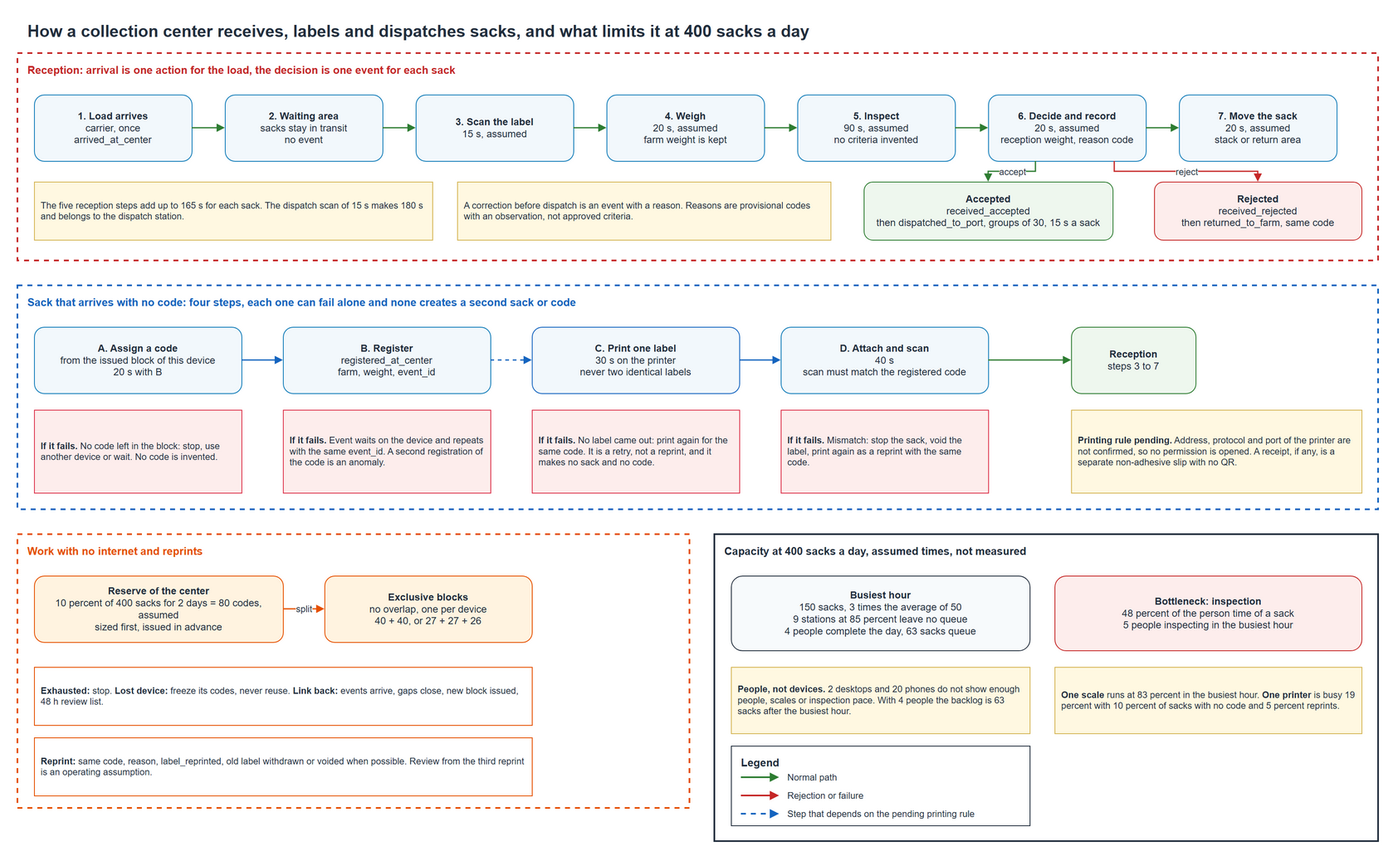
This is docs/architecture/diagrams/10-center-operation.drawio.png from aromapacifico-devops/aromapacifico-devops-docs, a draw.io export, as it was before one commit. Source tidied: cells renumbered, new cells last; positions are measured from the earlier drawing's top-left corner, leaving out a move shared by most shapes.
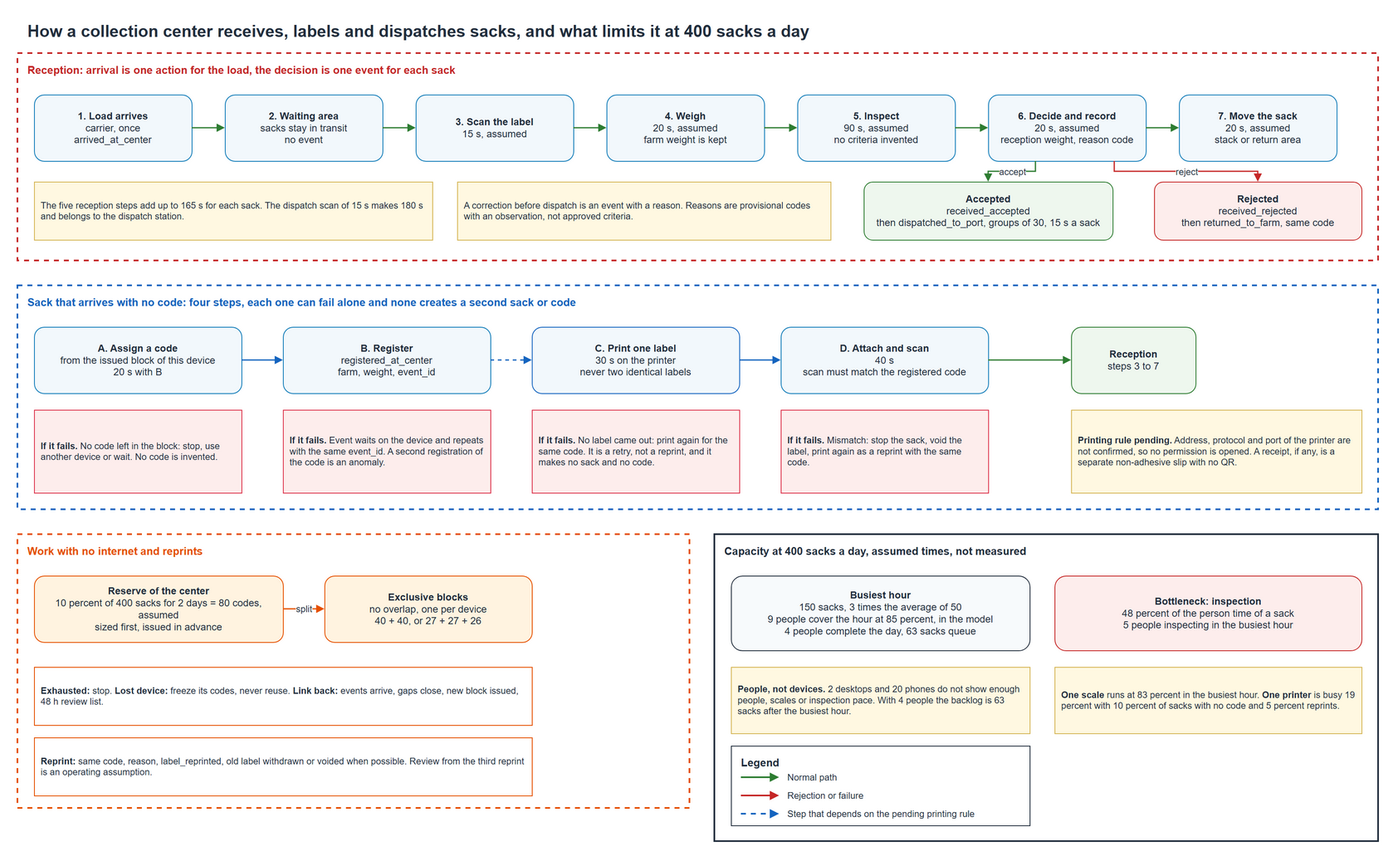
After the change.

Diff of the diagram source:
```diff
@@ -92,7 +92,7 @@
     <mxCell id="31" value="Capacity at 400 sacks a day, assumed times, not measured" style="rounded=0;whiteSpace=wrap;html=1;fillColor=none;strokeColor=#232F3E;strokeWidth=2;dashed=0;verticalAlign=top;align=left;spacingLeft=10;spacingRight=10;spacingTop=6;fontSize=13;fontStyle=1;fontColor=#232F3E;" parent="1" vertex="1">
       <mxGeometry x="840" y="624" width="800" height="370" as="geometry" />
     </mxCell>
-    <mxCell id="32" value="&lt;b&gt;Busiest hour&lt;/b&gt;&lt;br&gt;150 sacks, 3 times the average of 50&lt;br&gt;9 stations at 85 percent leave no queue&lt;br&gt;4 people complete the day, 63 sacks queue" style="rounded=1;whiteSpace=wrap;html=1;fillColor=#F7FAFC;strokeColor=#232F3E;align=center;verticalAlign=middle;fontSize=12;fontColor=#232F3E;" parent="1" vertex="1">
+    <mxCell id="32" value="&lt;b&gt;Busiest hour&lt;/b&gt;&lt;br&gt;150 sacks, 3 times the average of 50&lt;br&gt;9 people cover the hour at 85 percent, in the model&lt;br&gt;4 people complete the day, 63 sacks queue" style="rounded=1;whiteSpace=wrap;html=1;fillColor=#F7FAFC;strokeColor=#232F3E;align=center;verticalAlign=middle;fontSize=12;fontColor=#232F3E;" parent="1" vertex="1">
       <mxGeometry x="860" y="674" width="360" height="90" as="geometry" />
     </mxCell>
     <mxCell id="33" value="&lt;b&gt;Bottleneck: inspection&lt;/b&gt;&lt;br&gt;48 percent of the person time of a sack&lt;br&gt;5 people inspecting in the busiest hour" style="rounded=1;whiteSpace=wrap;html=1;fillColor=#FDEDEC;strokeColor=#C62828;align=center;verticalAlign=middle;fontSize=12;fontColor=#232F3E;" parent="1" vertex="1">
```
